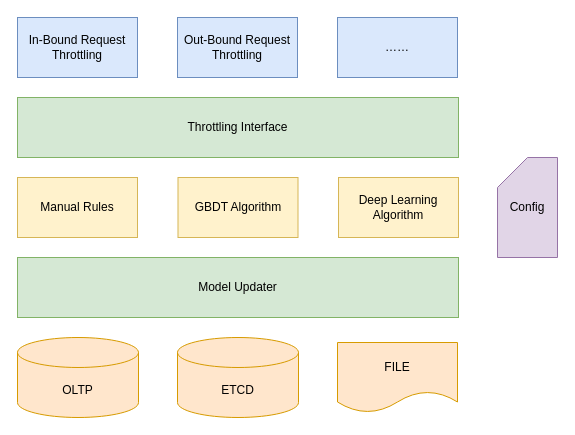
Before: page "traffic shaping overview" (5 of 5) of news.drawio in d0ngjun/drawio, a draw.io diagram. Source tidied: cells renumbered, new cells numbered last; positions are measured from the earlier drawing's top-left corner, leaving out a move shared by most shapes. Both pictures are drawn from the tidied source at 100%, with x=0, y=0 at pixel (17, 17).
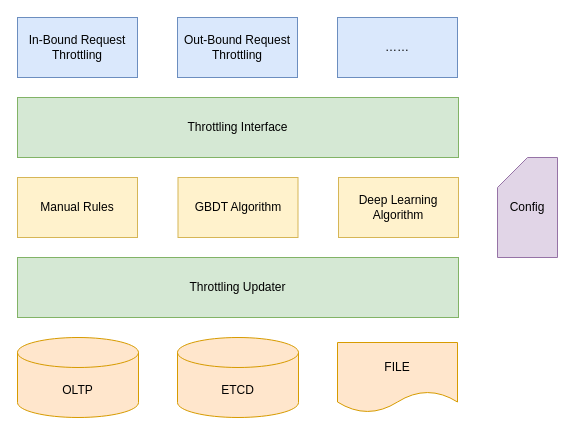
The same diagram, later.

Commit message:
change updater name

What changed in the source:
```diff
@@
 <mxGraphModel>
   <root>
     <mxCell id="0" />
     <mxCell id="1" parent="0" />
     <mxCell id="2" value="In-Bound Request Throttling" style="rounded=0;whiteSpace=wrap;html=1;fillColor=#dae8fc;strokeColor=#6c8ebf;" parent="1" vertex="1">
       <mxGeometry width="120" height="60" as="geometry" />
     </mxCell>
     <mxCell id="3" value="Out-Bound Request Throttling" style="rounded=0;whiteSpace=wrap;html=1;fillColor=#dae8fc;strokeColor=#6c8ebf;" parent="1" vertex="1">
       <mxGeometry x="160" width="120" height="60" as="geometry" />
     </mxCell>
     <mxCell id="4" value="……" style="rounded=0;whiteSpace=wrap;html=1;fillColor=#dae8fc;strokeColor=#6c8ebf;" parent="1" vertex="1">
       <mxGeometry x="320" width="120" height="60" as="geometry" />
     </mxCell>
     <mxCell id="5" value="ETCD" style="shape=cylinder3;whiteSpace=wrap;html=1;boundedLbl=1;backgroundOutline=1;size=15;fillColor=#ffe6cc;strokeColor=#d79b00;" parent="1" vertex="1">
       <mxGeometry x="160" y="320" width="121" height="80" as="geometry" />
     </mxCell>
     <mxCell id="6" value="Throttling Interface" style="rounded=0;whiteSpace=wrap;html=1;fillColor=#d5e8d4;strokeColor=#82b366;" parent="1" vertex="1">
       <mxGeometry y="80" width="441" height="60" as="geometry" />
     </mxCell>
     <mxCell id="7" value="Manual Rules" style="rounded=0;whiteSpace=wrap;html=1;fillColor=#fff2cc;strokeColor=#d6b656;" parent="1" vertex="1">
       <mxGeometry y="160" width="120" height="60" as="geometry" />
     </mxCell>
     <mxCell id="8" value="GBDT Algorithm" style="rounded=0;whiteSpace=wrap;html=1;fillColor=#fff2cc;strokeColor=#d6b656;" parent="1" vertex="1">
       <mxGeometry x="160.5" y="160" width="120" height="60" as="geometry" />
     </mxCell>
     <mxCell id="9" value="Deep Learning Algorithm" style="rounded=0;whiteSpace=wrap;html=1;fillColor=#fff2cc;strokeColor=#d6b656;" parent="1" vertex="1">
       <mxGeometry x="321" y="160" width="120" height="60" as="geometry" />
     </mxCell>
-    <mxCell id="10" value="Model Updater" style="rounded=0;whiteSpace=wrap;html=1;fillColor=#d5e8d4;strokeColor=#82b366;" parent="1" vertex="1">
+    <mxCell id="10" value="Throttling Updater" style="rounded=0;whiteSpace=wrap;html=1;fillColor=#d5e8d4;strokeColor=#82b366;" parent="1" vertex="1">
       <mxGeometry y="240" width="441" height="60" as="geometry" />
     </mxCell>
     <mxCell id="11" value="OLTP" style="shape=cylinder3;whiteSpace=wrap;html=1;boundedLbl=1;backgroundOutline=1;size=15;fillColor=#ffe6cc;strokeColor=#d79b00;" parent="1" vertex="1">
       <mxGeometry y="320" width="121" height="80" as="geometry" />
     </mxCell>
     <mxCell id="12" value="FILE" style="shape=document;whiteSpace=wrap;html=1;boundedLbl=1;fillColor=#ffe6cc;strokeColor=#d79b00;" parent="1" vertex="1">
       <mxGeometry x="320" y="325" width="120" height="70" as="geometry" />
     </mxCell>
     <mxCell id="13" value="Config" style="shape=card;whiteSpace=wrap;html=1;fillColor=#e1d5e7;strokeColor=#9673a6;" parent="1" vertex="1">
       <mxGeometry x="480" y="140" width="60" height="100" as="geometry" />
     </mxCell>
     <mxCell id="14" style="edgeStyle=orthogonalEdgeStyle;rounded=0;orthogonalLoop=1;jettySize=auto;html=1;exitX=0.5;exitY=1;exitDx=0;exitDy=0;exitPerimeter=0;" parent="1" edge="1" source="13" target="13">
       <mxGeometry relative="1" as="geometry" />
     </mxCell>
   </root>
 </mxGraphModel>
```
